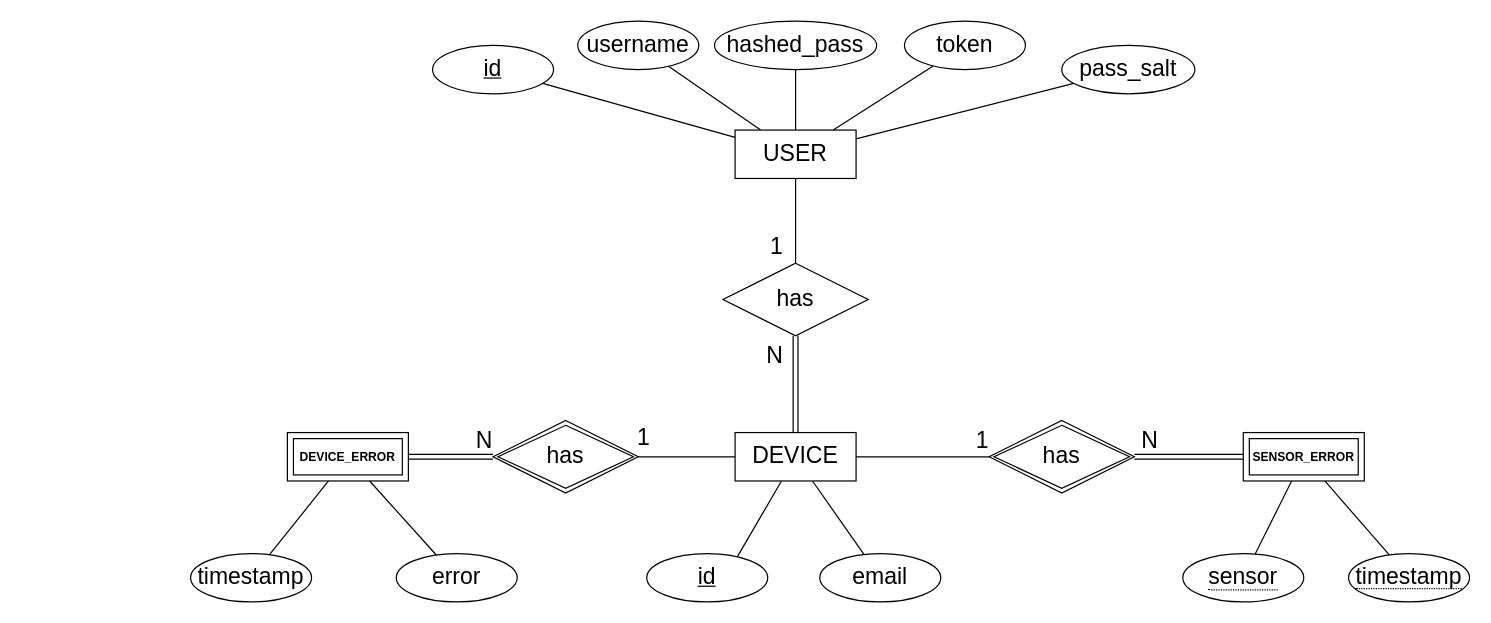
Earlier version of the draw.io diagram Diagrams/PostgresDB-diagram.drawio (MiguelRocha2001/PS-Monitor-IoT-System). Source tidied: cells renumbered, new cells numbered last; positions are measured from the earlier drawing's top-left corner, leaving out a move shared by most shapes. Both pictures are drawn from the tidied source at 121%, with x=0, y=0 at pixel (190, 21).
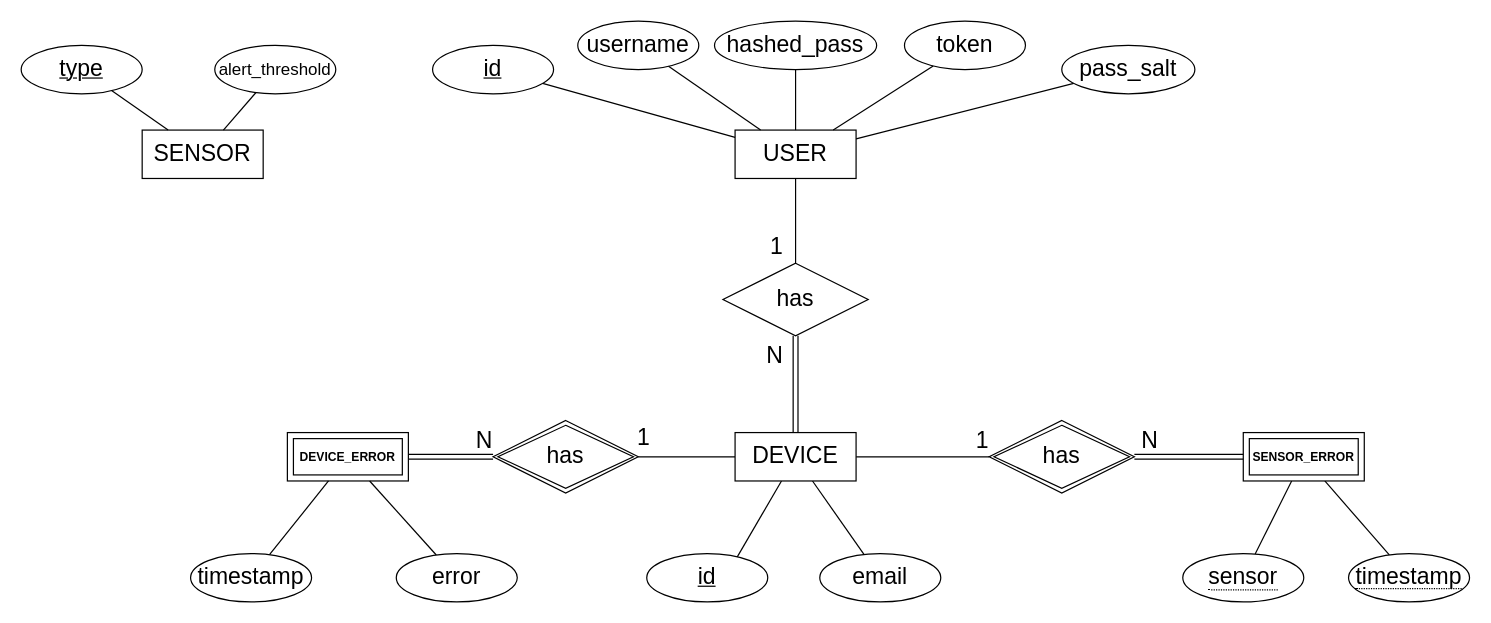
After the change.

What changed in the source:
```diff
@@
+    <mxCell id="43" value="&lt;font style=&quot;font-size: 19px;&quot;&gt;SENSOR&lt;/font&gt;" style="whiteSpace=wrap;html=1;align=center;" parent="1" vertex="1">
+      <mxGeometry x="-40" y="90" width="100" height="40" as="geometry" />
+    </mxCell>
+    <mxCell id="44" value="&lt;font style=&quot;font-size: 19px;&quot;&gt;type&lt;/font&gt;" style="ellipse;whiteSpace=wrap;html=1;align=center;fontStyle=4;" parent="1" vertex="1">
+      <mxGeometry x="-140" y="20" width="100" height="40" as="geometry" />
+    </mxCell>
+    <mxCell id="45" style="endArrow=none;html=1;rounded=0;" parent="1" edge="1" source="44" target="43">
+      <mxGeometry relative="1" as="geometry" />
+    </mxCell>
+    <mxCell id="46" value="&lt;font style=&quot;font-size: 14px;&quot;&gt;alert_threshold&lt;/font&gt;" style="ellipse;whiteSpace=wrap;html=1;align=center;" parent="1" vertex="1">
+      <mxGeometry x="20" y="20" width="100" height="40" as="geometry" />
+    </mxCell>
+    <mxCell id="47" style="endArrow=none;html=1;rounded=0;" parent="1" edge="1" source="46" target="43">
+      <mxGeometry relative="1" as="geometry" />
+    </mxCell>
```
